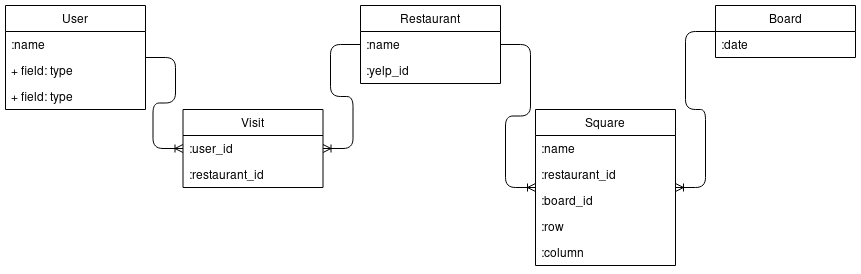
learn-co-students/module-one-final-project-guidelines-dc-web-051319 keeps this draw.io diagram as img/models.png. Above is the earlier version. Source tidied: cells renumbered, new cells last; positions are measured from the earlier drawing's top-left corner, leaving out a move shared by most shapes. Source of this version:
```xml
<mxGraphModel>
  <root>
    <mxCell id="0" />
    <mxCell id="1" parent="0" />
    <mxCell id="2" style="edgeStyle=entityRelationEdgeStyle;fontSize=12;html=1;endArrow=ERoneToMany;" parent="1" edge="1" source="6" target="10">
      <mxGeometry relative="1" as="geometry" />
    </mxCell>
    <mxCell id="3" style="edgeStyle=entityRelationEdgeStyle;fontSize=12;html=1;endArrow=ERoneToMany;" parent="1" edge="1" source="13" target="10">
      <mxGeometry relative="1" as="geometry" />
    </mxCell>
    <mxCell id="4" style="edgeStyle=entityRelationEdgeStyle;fontSize=12;html=1;endArrow=ERoneToMany;" parent="1" edge="1" source="13" target="16">
      <mxGeometry relative="1" as="geometry" />
    </mxCell>
    <mxCell id="5" style="edgeStyle=entityRelationEdgeStyle;fontSize=12;html=1;endArrow=ERoneToMany;" parent="1" edge="1" source="22" target="16">
      <mxGeometry relative="1" as="geometry" />
    </mxCell>
    <mxCell id="6" value="User" style="swimlane;fontStyle=0;horizontal=1;startSize=26;fillColor=none;" parent="1" vertex="1">
      <mxGeometry width="140" height="104" as="geometry" />
    </mxCell>
    <mxCell id="7" value=":name" style="text;strokeColor=none;fillColor=none;align=left;verticalAlign=top;spacingLeft=4;spacingRight=4;overflow=hidden;" parent="6" vertex="1">
      <mxGeometry y="26" width="140" height="26" as="geometry" />
    </mxCell>
    <mxCell id="8" value="+ field: type" style="text;strokeColor=none;fillColor=none;align=left;verticalAlign=top;spacingLeft=4;spacingRight=4;overflow=hidden;" parent="6" vertex="1">
      <mxGeometry y="52" width="140" height="26" as="geometry" />
    </mxCell>
    <mxCell id="9" value="+ field: type" style="text;strokeColor=none;fillColor=none;align=left;verticalAlign=top;spacingLeft=4;spacingRight=4;overflow=hidden;" parent="6" vertex="1">
      <mxGeometry y="78" width="140" height="26" as="geometry" />
    </mxCell>
    <mxCell id="10" value="Visit" style="swimlane;fontStyle=0;horizontal=1;startSize=26;fillColor=none;" parent="1" vertex="1">
      <mxGeometry x="177.5" y="104" width="140" height="78" as="geometry" />
    </mxCell>
    <mxCell id="11" value=":user_id" style="text;strokeColor=none;fillColor=none;align=left;verticalAlign=top;spacingLeft=4;spacingRight=4;overflow=hidden;" parent="10" vertex="1">
      <mxGeometry y="26" width="140" height="26" as="geometry" />
    </mxCell>
    <mxCell id="12" value=":restaurant_id" style="text;strokeColor=none;fillColor=none;align=left;verticalAlign=top;spacingLeft=4;spacingRight=4;overflow=hidden;" parent="10" vertex="1">
      <mxGeometry y="52" width="140" height="26" as="geometry" />
    </mxCell>
    <mxCell id="13" value="Restaurant" style="swimlane;fontStyle=0;horizontal=1;startSize=26;fillColor=none;" parent="1" vertex="1">
      <mxGeometry x="355" width="140" height="78" as="geometry" />
    </mxCell>
    <mxCell id="14" value=":name" style="text;strokeColor=none;fillColor=none;align=left;verticalAlign=top;spacingLeft=4;spacingRight=4;overflow=hidden;" parent="13" vertex="1">
      <mxGeometry y="26" width="140" height="26" as="geometry" />
    </mxCell>
    <mxCell id="15" value=":yelp_id" style="text;strokeColor=none;fillColor=none;align=left;verticalAlign=top;spacingLeft=4;spacingRight=4;overflow=hidden;" parent="13" vertex="1">
      <mxGeometry y="52" width="140" height="26" as="geometry" />
    </mxCell>
    <mxCell id="16" value="Square" style="swimlane;fontStyle=0;horizontal=1;startSize=26;fillColor=none;" parent="1" vertex="1">
      <mxGeometry x="530" y="104" width="140" height="156" as="geometry" />
    </mxCell>
    <mxCell id="17" value=":name" style="text;strokeColor=none;fillColor=none;align=left;verticalAlign=top;spacingLeft=4;spacingRight=4;overflow=hidden;" parent="16" vertex="1">
      <mxGeometry y="26" width="140" height="26" as="geometry" />
    </mxCell>
    <mxCell id="18" value=":restaurant_id" style="text;strokeColor=none;fillColor=none;align=left;verticalAlign=top;spacingLeft=4;spacingRight=4;overflow=hidden;" parent="16" vertex="1">
      <mxGeometry y="52" width="140" height="26" as="geometry" />
    </mxCell>
    <mxCell id="19" value=":board_id" style="text;strokeColor=none;fillColor=none;align=left;verticalAlign=top;spacingLeft=4;spacingRight=4;overflow=hidden;" parent="16" vertex="1">
      <mxGeometry y="78" width="140" height="26" as="geometry" />
    </mxCell>
    <mxCell id="20" value=":row" style="text;strokeColor=none;fillColor=none;align=left;verticalAlign=top;spacingLeft=4;spacingRight=4;overflow=hidden;" parent="16" vertex="1">
      <mxGeometry y="104" width="140" height="26" as="geometry" />
    </mxCell>
    <mxCell id="21" value=":column&#10;" style="text;strokeColor=none;fillColor=none;align=left;verticalAlign=top;spacingLeft=4;spacingRight=4;overflow=hidden;" parent="16" vertex="1">
      <mxGeometry y="130" width="140" height="26" as="geometry" />
    </mxCell>
    <mxCell id="22" value="Board" style="swimlane;fontStyle=0;horizontal=1;startSize=26;fillColor=none;" parent="1" vertex="1">
      <mxGeometry x="710" width="140" height="52" as="geometry" />
    </mxCell>
    <mxCell id="23" value=":date" style="text;strokeColor=none;fillColor=none;align=left;verticalAlign=top;spacingLeft=4;spacingRight=4;overflow=hidden;" parent="22" vertex="1">
      <mxGeometry y="26" width="140" height="26" as="geometry" />
    </mxCell>
  </root>
</mxGraphModel>
```
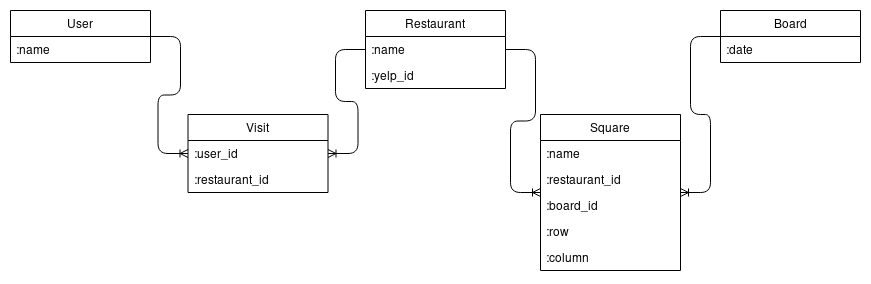
Above is the later version.

Commit message:
Remove extra fields in user

Diff of the diagram source:
```diff
@@ -15,17 +15,11 @@
       <mxGeometry relative="1" as="geometry" />
     </mxCell>
     <mxCell id="6" value="User" style="swimlane;fontStyle=0;horizontal=1;startSize=26;fillColor=none;" parent="1" vertex="1">
-      <mxGeometry width="140" height="104" as="geometry" />
+      <mxGeometry width="140" height="52" as="geometry" />
     </mxCell>
     <mxCell id="7" value=":name" style="text;strokeColor=none;fillColor=none;align=left;verticalAlign=top;spacingLeft=4;spacingRight=4;overflow=hidden;" parent="6" vertex="1">
       <mxGeometry y="26" width="140" height="26" as="geometry" />
     </mxCell>
-    <mxCell id="8" value="+ field: type" style="text;strokeColor=none;fillColor=none;align=left;verticalAlign=top;spacingLeft=4;spacingRight=4;overflow=hidden;" parent="6" vertex="1">
-      <mxGeometry y="52" width="140" height="26" as="geometry" />
-    </mxCell>
-    <mxCell id="9" value="+ field: type" style="text;strokeColor=none;fillColor=none;align=left;verticalAlign=top;spacingLeft=4;spacingRight=4;overflow=hidden;" parent="6" vertex="1">
-      <mxGeometry y="78" width="140" height="26" as="geometry" />
-    </mxCell>
     <mxCell id="10" value="Visit" style="swimlane;fontStyle=0;horizontal=1;startSize=26;fillColor=none;" parent="1" vertex="1">
       <mxGeometry x="177.5" y="104" width="140" height="78" as="geometry" />
     </mxCell>
```
